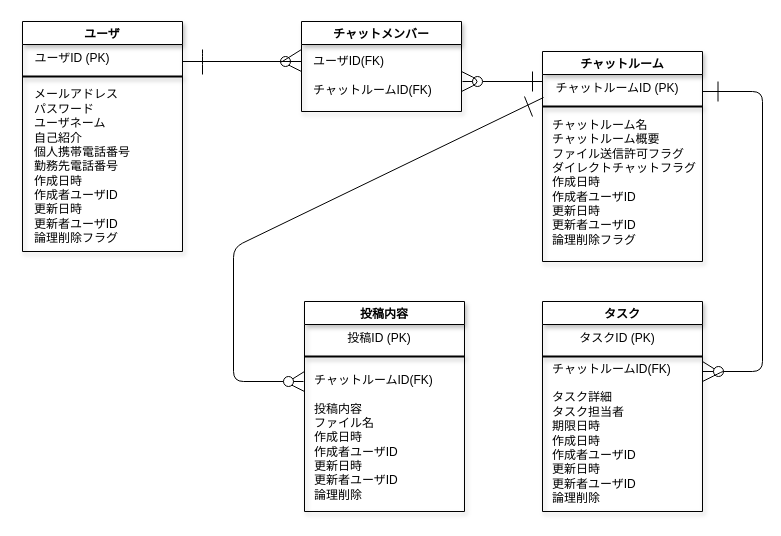
Above: db/db-challenge1/er_diagram.drawio in RYU1030/quelcode-db (draw.io), before the change. Source tidied: cells renumbered, new cells numbered last; positions are measured from the earlier drawing's top-left corner, leaving out a move shared by most shapes. Both pictures are drawn from the tidied source at 100%, with x=0, y=0 at pixel (22, 21).
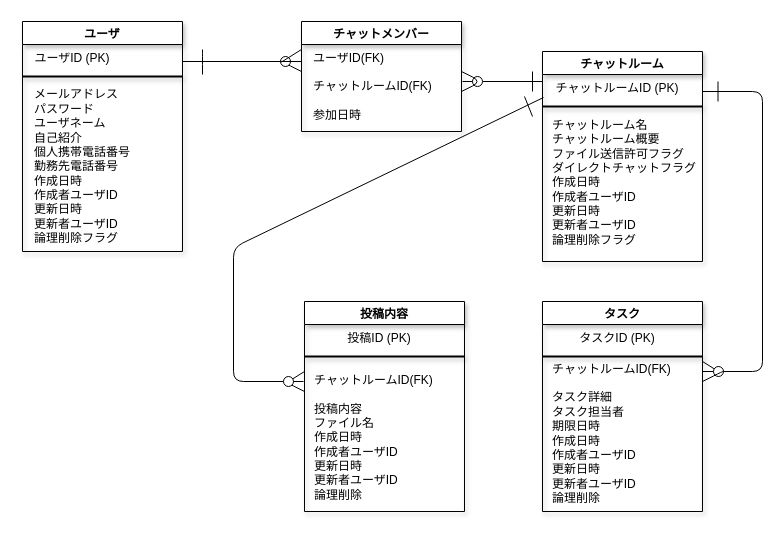
After the change.

Commit message:
課題③でのSQL文を実行可能にする変更を追加。

Diff of the diagram source:
```diff
@@
     <mxCell id="10" value="チャットメンバー" style="swimlane;shadow=1;" parent="1" vertex="1">
-      <mxGeometry x="279" width="160" height="90" as="geometry" />
+      <mxGeometry x="279" width="160" height="110" as="geometry" />
     </mxCell>
-    <mxCell id="11" value="ユーザID(FK)&lt;br&gt;&lt;br&gt;チャットルームID(FK)" style="text;html=1;strokeColor=none;fillColor=none;align=left;verticalAlign=middle;whiteSpace=wrap;rounded=0;" parent="10" vertex="1">
-      <mxGeometry x="10" y="29" width="150" height="50" as="geometry" />
+    <mxCell id="11" value="ユーザID(FK)&lt;br&gt;&lt;br&gt;チャットルームID(FK)&lt;br&gt;&lt;br&gt;参加日時" style="text;html=1;strokeColor=none;fillColor=none;align=left;verticalAlign=middle;whiteSpace=wrap;rounded=0;" parent="10" vertex="1">
+      <mxGeometry x="10" y="29" width="150" height="71" as="geometry" />
     </mxCell>
```
